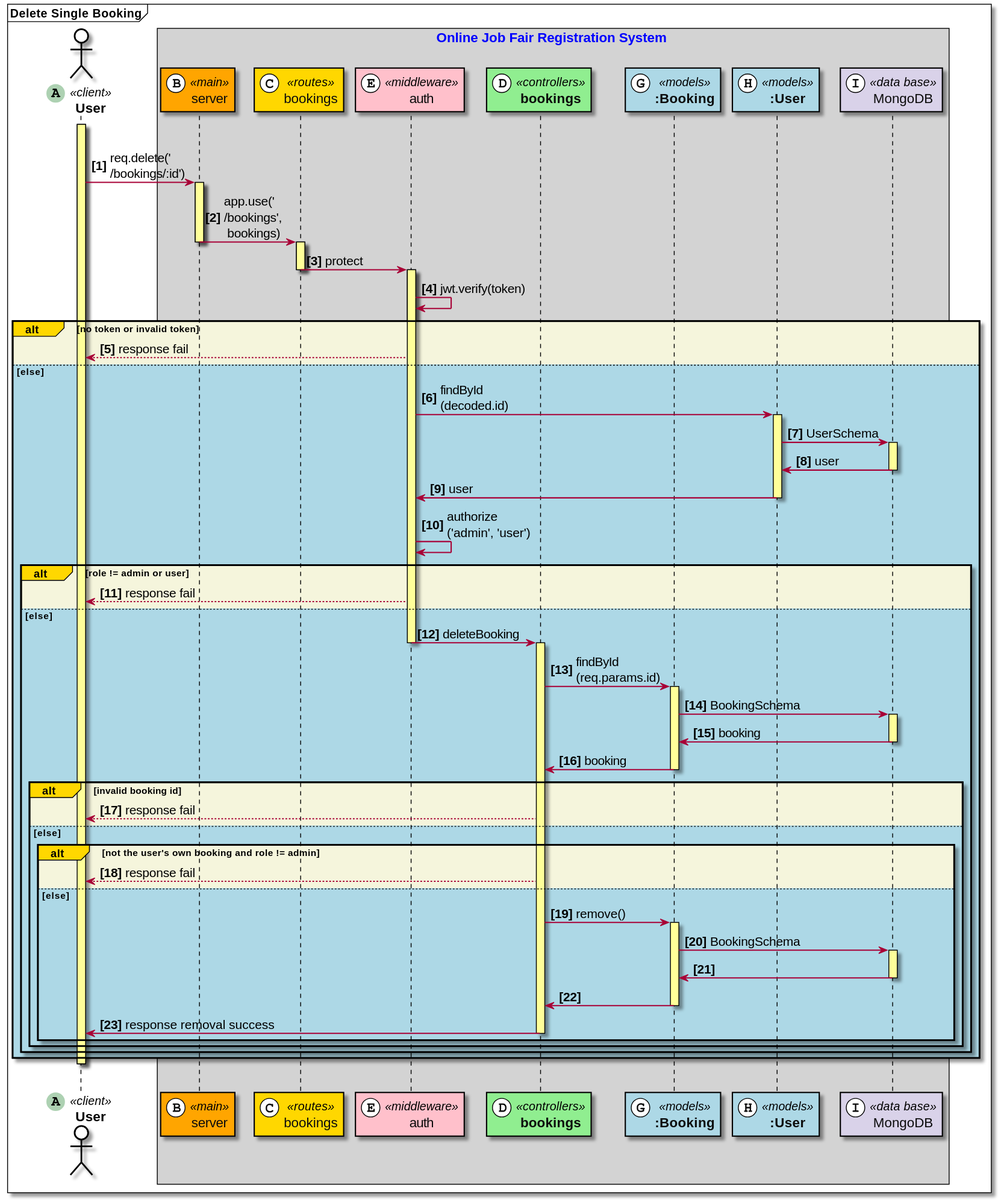
The PlantUML diagram doc_asset/diagrams/squence_diagrams/booking/delete_single_bookings.svg in wisarootl/online-job-fair-registration, before a commit. The source it was exported from:
```plantuml
@startuml

skinparam sequenceArrowThickness 1.5
skinparam fontsize 50
autonumber 1 "<b>[###]"
skinparam component {
skinparam defaultFontSize 16
ArrowFontSize 15
}
Mainframe <b>Delete Single Booking</b>

actor "<b>User" as user <<(A,#ADD1B2)client>>#White
Box Online Job Fair Registration System #lightgrey
participant "server" as server <<(B,#FFFFFF)main>>#Orange
participant "bookings" as rbookings <<(C,#FFFFFF)routes>>#Gold
participant "auth" as middleware_auth <<(E,#FFFFFF)middleware>>#Pink
participant "<b>bookings" as controllers_bookings <<(D,#FFFFFF)controllers>>#LightGreen
participant "<b>:Booking" as models_Booking <<(G,#FFFFFF)models>>#LightBlue
participant "<b>:User" as models_User <<(H,#FFFFFF)models>>#LightBlue
participant "MongoDB" as mongo <<(I,#FFFFFF)data base>>#d9d2e9
end box

|||
Activate user
user->server: req.delete('\n/bookings/:id')
Activate server
server->rbookings: app.use('\n/bookings',\n bookings)
DeActivate server
Activate rbookings
rbookings->middleware_auth: protect
DeActivate rbookings
Activate middleware_auth
middleware_auth->middleware_auth: jwt.verify(token)
Alt#Gold #Beige no token or invalid token
middleware_auth-->user: response fail
Else #LightBlue else
middleware_auth->models_User: findById\n(decoded.id)
Activate models_User
models_User->mongo: UserSchema
Activate mongo
mongo->models_User: user
DeActivate mongo
models_User->middleware_auth: user
DeActivate models_User
middleware_auth->middleware_auth: authorize\n('admin', 'user')
Alt#Gold #Beige role != admin or user
middleware_auth-->user: response fail
Else #LightBlue else
middleware_auth->controllers_bookings: deleteBooking
DeActivate middleware_auth
Activate controllers_bookings
controllers_bookings->models_Booking: findById\n(req.params.id)
Activate models_Booking
models_Booking->mongo: BookingSchema
Activate mongo
mongo->models_Booking: booking
DeActivate mongo
models_Booking->controllers_bookings: booking
DeActivate models_Booking
Alt#Gold #Beige invalid booking id
controllers_bookings-->user: response fail
Else #LightBlue else
Alt#Gold #Beige not the user's own booking and role != admin
controllers_bookings-->user: response fail
Else #LightBlue else
controllers_bookings->models_Booking: remove()
Activate models_Booking
models_Booking->mongo: BookingSchema
Activate mongo
mongo->models_Booking:
DeActivate mongo
models_Booking->controllers_bookings:
DeActivate models_Booking
controllers_bookings->user: response removal success
DeActivate controllers_bookings
End Alt
End Alt
End Alt
End Alt
DeActivate user






|||


skinparam sequence {
BoxBorderColor Black
BoxFontColor Blue
BoxFontSize 16
LifeLineBorderColor Black
LifeLineBackgroundColor #FFFF99
ParticipantBorderColor Black
StereoTypeFontSize 14
ParticipantFontSize 16
ParticipantFontColor #0c0c0c
ActorBorderColor Black
ActorBackgroundColor White
ActorFontSize 16
ActorFontColor Black
}

@enduml
```
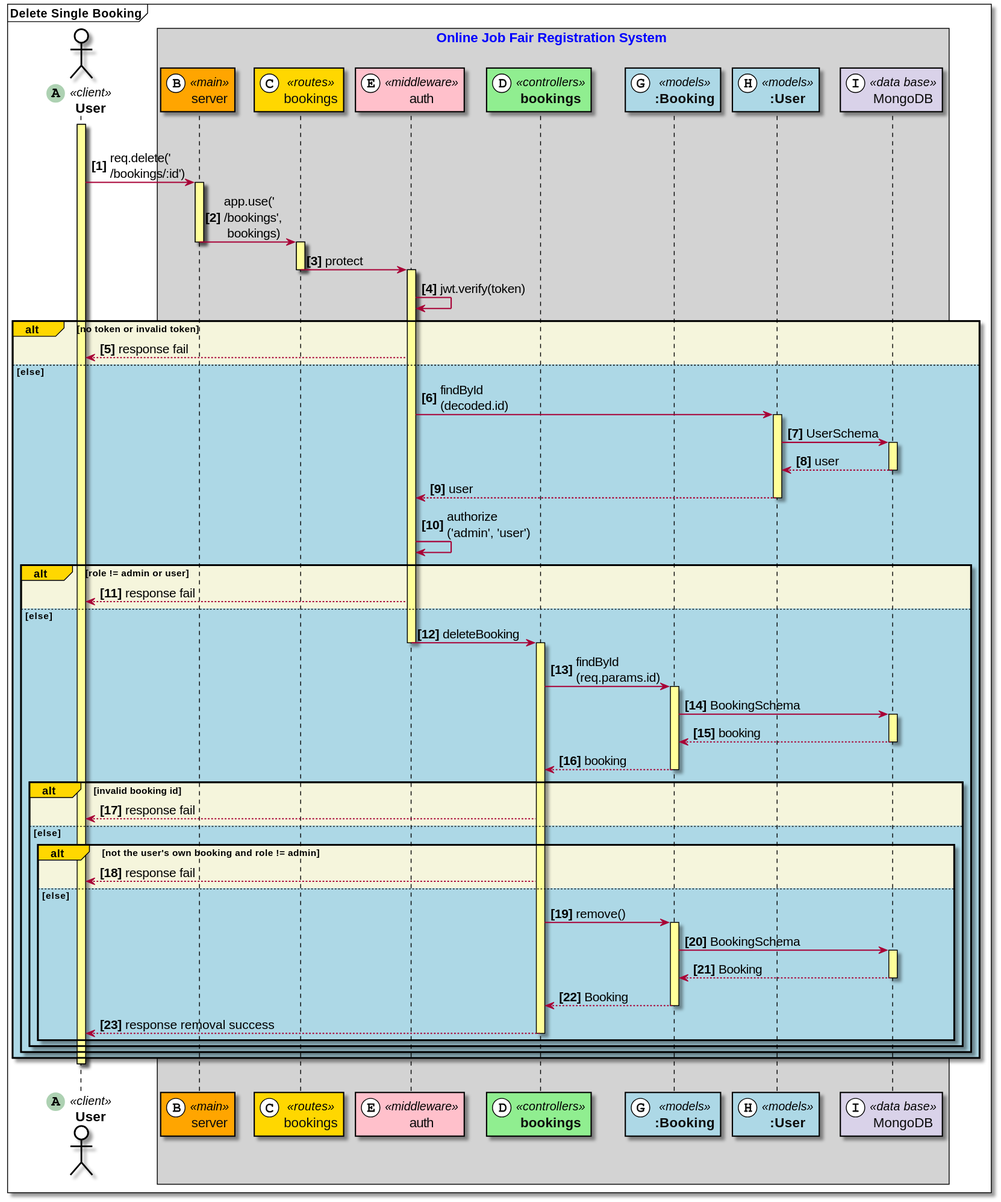
After the change.

What changed in the source:
```diff
@@ -38,9 +38,9 @@
 Activate models_User
 models_User->mongo: UserSchema
 Activate mongo
-mongo->models_User: user
+mongo-->models_User: user
 DeActivate mongo
-models_User->middleware_auth: user
+models_User-->middleware_auth: user
 DeActivate models_User
 middleware_auth->middleware_auth: authorize\n('admin', 'user')
 Alt#Gold #Beige role != admin or user
@@ -53,9 +53,9 @@
 Activate models_Booking
 models_Booking->mongo: BookingSchema
 Activate mongo
-mongo->models_Booking: booking
+mongo-->models_Booking: booking
 DeActivate mongo
-models_Booking->controllers_bookings: booking
+models_Booking-->controllers_bookings: booking
 DeActivate models_Booking
 Alt#Gold #Beige invalid booking id
 controllers_bookings-->user: response fail
@@ -67,11 +67,11 @@
 Activate models_Booking
 models_Booking->mongo: BookingSchema
 Activate mongo
-mongo->models_Booking:
+mongo-->models_Booking: Booking
 DeActivate mongo
-models_Booking->controllers_bookings:
+models_Booking-->controllers_bookings: Booking
 DeActivate models_Booking
-controllers_bookings->user: response removal success
+controllers_bookings-->user: response removal success
 DeActivate controllers_bookings
 End Alt
 End Alt
```
